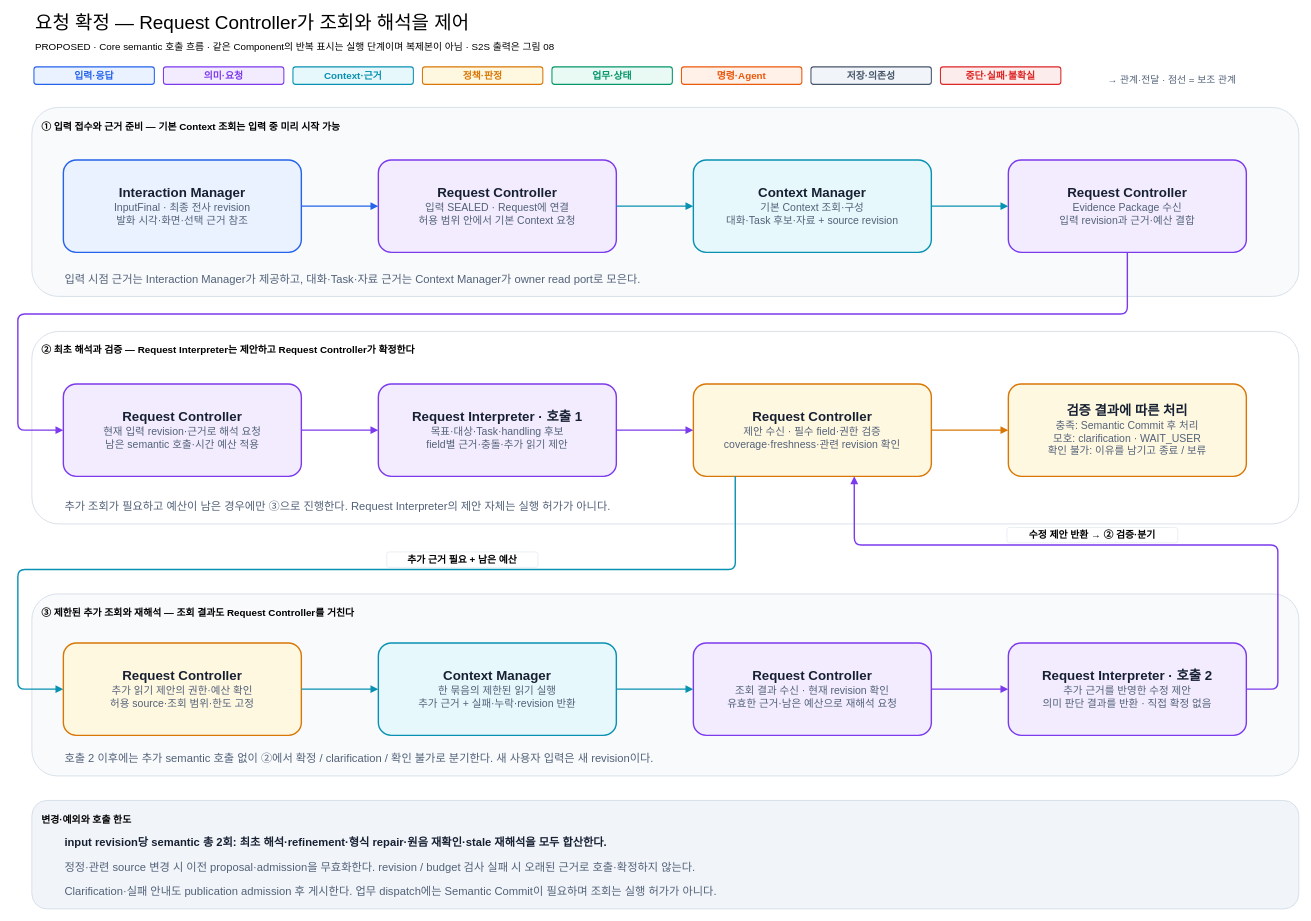
This is docs/architecture/12-decisions/target-architecture/diagrams/03-request-resolution.drawio from cbyche/via-sw-architecture, a draw.io file, before an edit. Source tidied: cells renumbered, new cells numbered last; positions are measured from the earlier drawing's top-left corner, leaving out a move shared by most shapes. Both pictures are drawn from the tidied source at 70%, with x=0, y=0 at pixel (18, 13).
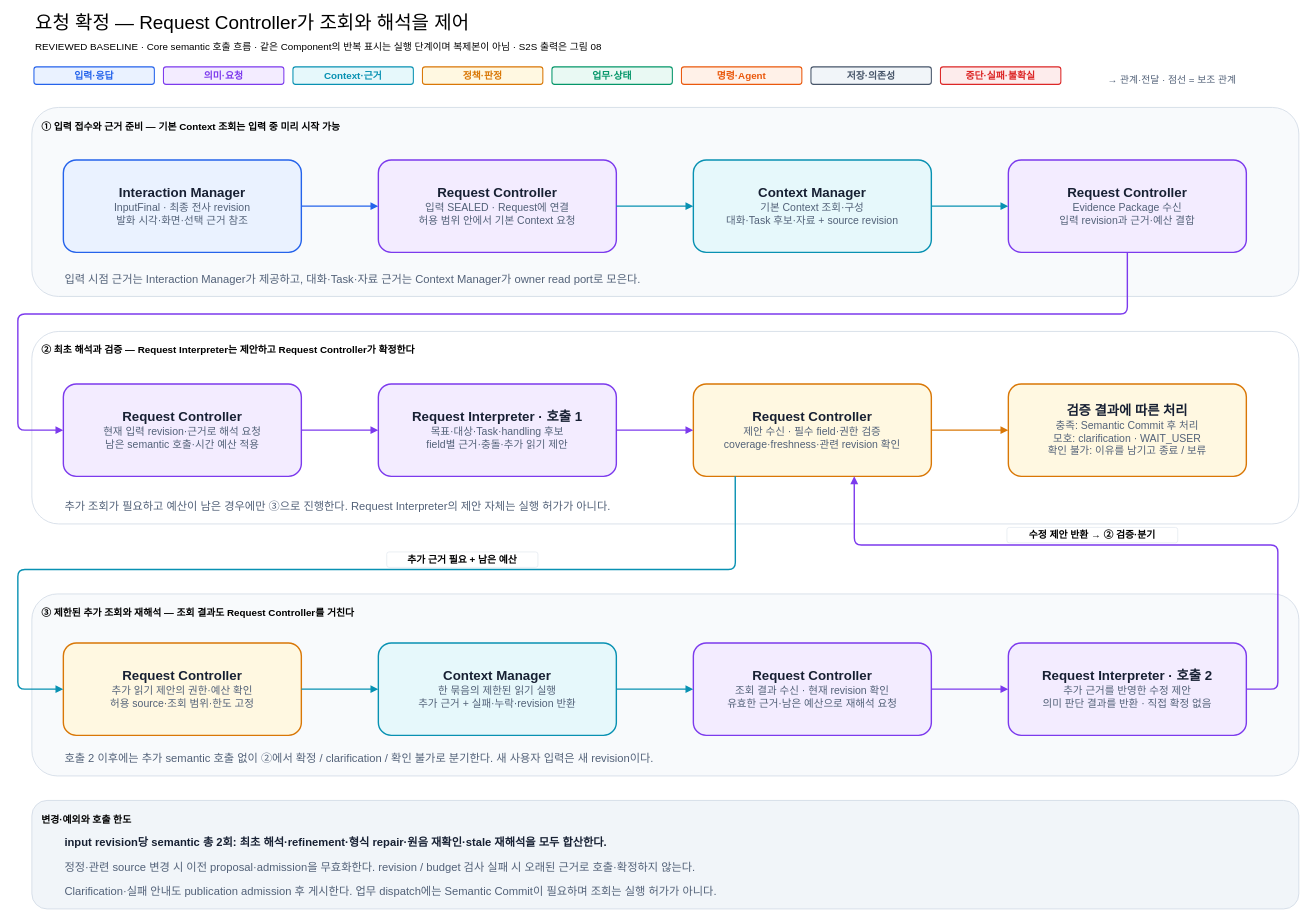
The same page after the edit.

The edit, as a diff of the source:
```diff
@@
-    <mxCell id="48" value="PROPOSED · Core semantic 호출 흐름 · 같은 Component의 반복 표시는 실행 단계이며 복제본이 아님 · S2S 출력은 그림 08" style="text;html=1;align=left;verticalAlign=middle;strokeColor=none;fillColor=none;fontSize=14;" parent="1" vertex="1">
+    <mxCell id="48" value="REVIEWED BASELINE · Core semantic 호출 흐름 · 같은 Component의 반복 표시는 실행 단계이며 복제본이 아님 · S2S 출력은 그림 08" style="text;html=1;align=left;verticalAlign=middle;strokeColor=none;fillColor=none;fontSize=14;" parent="1" vertex="1">
       <mxGeometry x="23" y="34" width="1804" height="30" as="geometry" />
     </mxCell>
```
